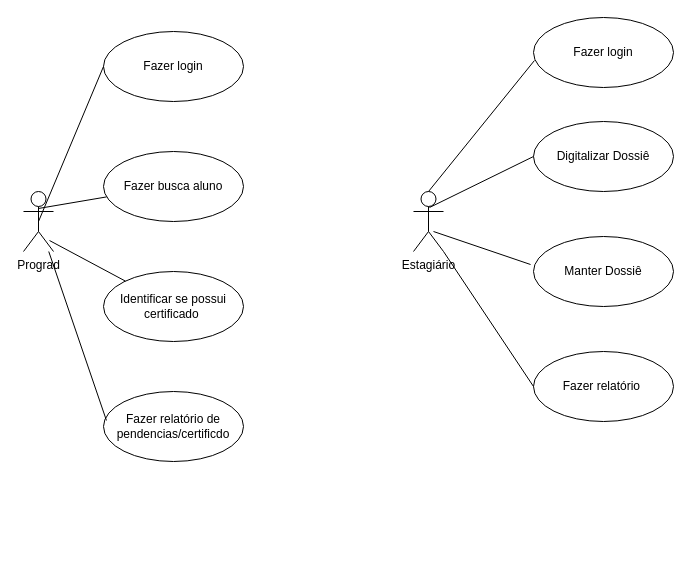
This is tcc/Untitled Diagram.drawio from mymarol/TCC, a draw.io file, before an edit. Source tidied: cells renumbered, new cells numbered last; positions are measured from the earlier drawing's top-left corner, leaving out a move shared by most shapes. Both pictures are drawn from the tidied source at 100%, with x=0, y=0 at pixel (23, 17).
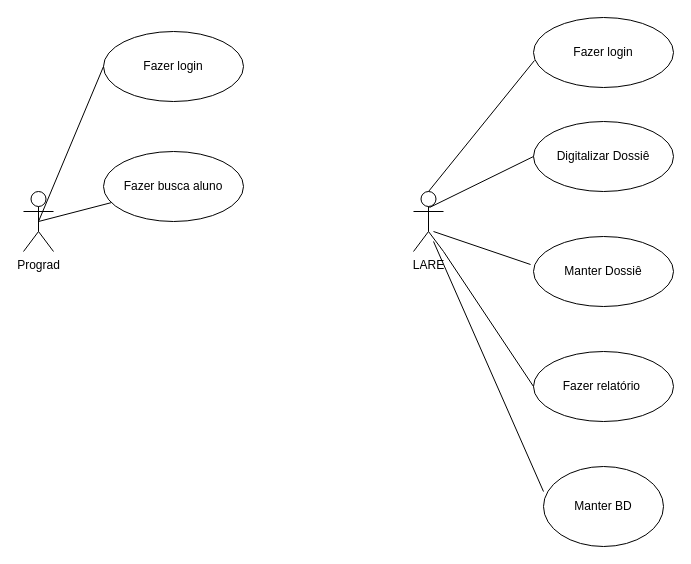
The same page after the edit.

Unchanged cells that the change refers to:
```xml
<mxCell id="2" value="Prograd" style="shape=umlActor;verticalLabelPosition=bottom;labelBackgroundColor=#ffffff;verticalAlign=top;html=1;" parent="1" vertex="1">
  <mxGeometry y="174" width="30" height="60" as="geometry" />
</mxCell>
<mxCell id="4" value="Fazer busca aluno" style="ellipse;whiteSpace=wrap;html=1;" parent="1" vertex="1">
  <mxGeometry x="80" y="134" width="140" height="70" as="geometry" />
</mxCell>
```

What changed in the source:
```diff
@@
-    <mxCell id="5" value="Identificar se possui certificado&amp;nbsp;" style="ellipse;whiteSpace=wrap;html=1;" parent="1" vertex="1">
-      <mxGeometry x="80" y="254" width="140" height="70" as="geometry" />
-    </mxCell>
-    <mxCell id="6" value="Fazer relatório de pendencias/certificdo" style="ellipse;whiteSpace=wrap;html=1;" parent="1" vertex="1">
-      <mxGeometry x="80" y="374" width="140" height="70" as="geometry" />
-    </mxCell>
-    <mxCell id="7" style="edgeStyle=none;html=1;endArrow=none;verticalAlign=bottom;entryX=0.021;entryY=0.414;entryDx=0;entryDy=0;entryPerimeter=0;" parent="1" edge="1" source="2" target="6">
-      <mxGeometry relative="1" as="geometry" />
-    </mxCell>
-    <mxCell id="8" style="edgeStyle=none;html=1;endArrow=none;verticalAlign=bottom;exitX=0.867;exitY=0.817;exitDx=0;exitDy=0;exitPerimeter=0;" parent="1" edge="1" source="2" target="5">
-      <mxGeometry relative="1" as="geometry" />
-    </mxCell>
-    <mxCell id="9" style="edgeStyle=none;html=1;endArrow=none;verticalAlign=bottom;exitX=0.5;exitY=0.283;exitDx=0;exitDy=0;exitPerimeter=0;" parent="1" edge="1" source="2" target="4">
+    <mxCell id="9" style="edgeStyle=none;html=1;endArrow=none;verticalAlign=bottom;exitX=0.5;exitY=0.5;exitDx=0;exitDy=0;exitPerimeter=0;" parent="1" edge="1" source="2" target="4">
       <mxGeometry relative="1" as="geometry" />
     </mxCell>
@@
-    <mxCell id="11" value="Estagiário" style="shape=umlActor;html=1;verticalLabelPosition=bottom;verticalAlign=top;align=center;" parent="1" vertex="1">
+    <mxCell id="11" value="LARE" style="shape=umlActor;html=1;verticalLabelPosition=bottom;verticalAlign=top;align=center;" parent="1" vertex="1">
       <mxGeometry x="390" y="174" width="30" height="60" as="geometry" />
     </mxCell>
@@
+    <mxCell id="20" value="Manter BD" style="ellipse;whiteSpace=wrap;html=1;" parent="1" vertex="1">
+      <mxGeometry x="520" y="449" width="120" height="80" as="geometry" />
+    </mxCell>
+    <mxCell id="21" style="endArrow=none;html=1;entryX=0.667;entryY=0.833;entryDx=0;entryDy=0;entryPerimeter=0;exitX=0;exitY=0.313;exitDx=0;exitDy=0;exitPerimeter=0;" parent="1" edge="1" source="20" target="11">
+      <mxGeometry relative="1" as="geometry" />
+    </mxCell>
```
